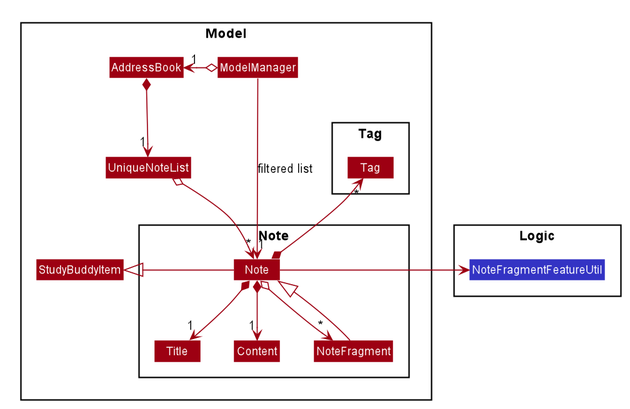
Above: docs/images/samDiagrams/NoteModelClassDiagram.png in nus-cs2103-AY1920S1/addressbook-level3 (PlantUML), before the change.
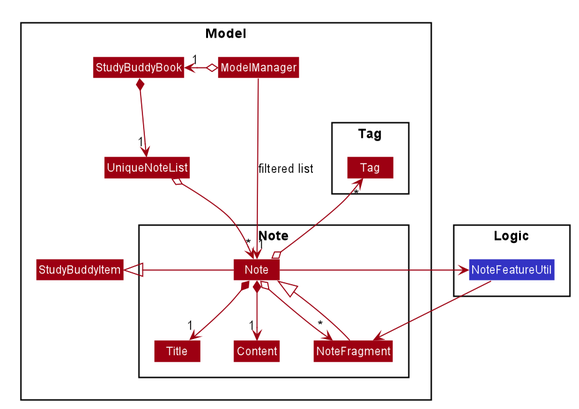
The same file after the commit.

Commit message:
Add association between NoteFragment and NoteFeatureUtil in DeveloperGuide UML diagram.

Change to the diagram source:
```diff
@@ -52,12 +52,12 @@
 skinparam classBackgroundColor #9D0012
 
 Package Logic <<Rectangle>>{
-Class NoteFragmentFeatureUtil #3333C4
+Class NoteFeatureUtil #3333C4
 }
 
 Package Model <<Rectangle>>{
 Class StudyBuddyItem
-Class AddressBook
+Class StudyBuddyBook
 Class ModelManager
 Class UniqueNoteList
 
@@ -77,14 +77,15 @@
 
 ModelManager ---> "1" Note : filtered list
 UniqueNoteList o--> "*" Note
-ModelManager o-left-> "1" AddressBook
-AddressBook *-down-> "1" UniqueNoteList
+ModelManager o-left-> "1" StudyBuddyBook
+StudyBuddyBook *-down-> "1" UniqueNoteList
 Note o--> "*" NoteFragment
 NoteFragment --|> Note
-Note -right-> NoteFragmentFeatureUtil
+Note -right-> NoteFeatureUtil
 Note -left-|> StudyBuddyItem
 Note *--> "1" Content
 Note *--> "1" Title
-Note *-up-> "*" Tag
+Note o-up-> "*" Tag
+NoteFeatureUtil --> NoteFragment
 
 @enduml
```
